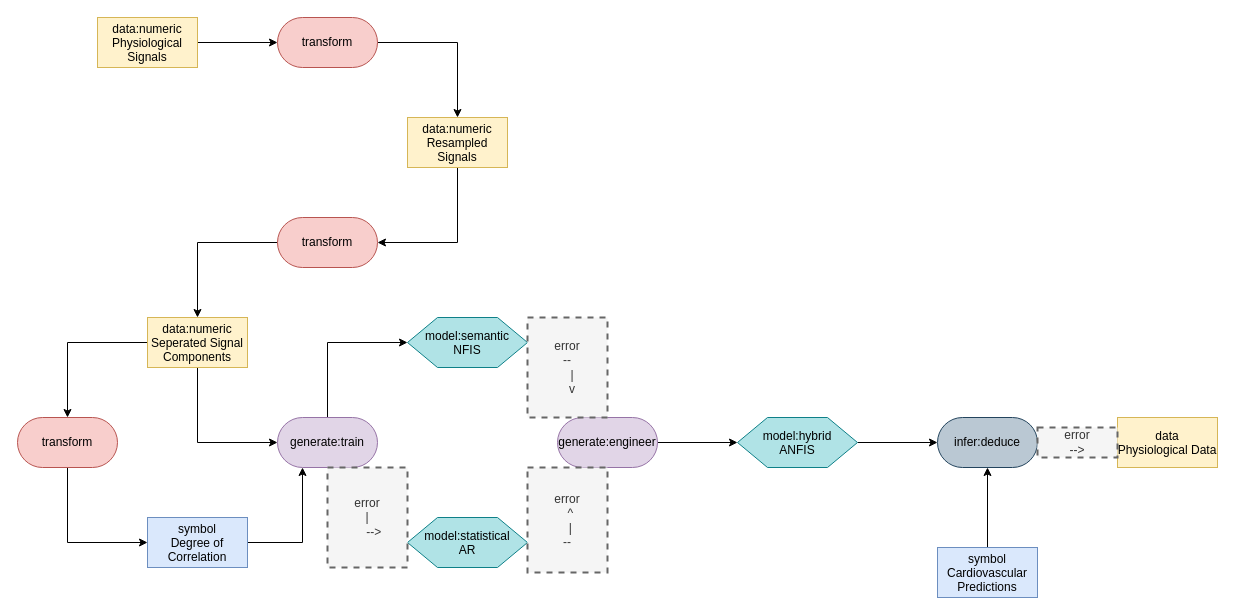
This is medical patterns to boxologies/Rules Embedded in ML architecture (REML)/Human Cardiovascular System Identification and Application Using a Hybrid Method of Autoregression and Neuro-Fuzzy Inference Systems.drawio from zonnesmit/thesis, a draw.io file, before an edit. Source tidied: cells renumbered, new cells numbered last; positions are measured from the earlier drawing's top-left corner, leaving out a move shared by most shapes. Both pictures are drawn from the tidied source at 100%, with x=0, y=0 at pixel (17, 17).
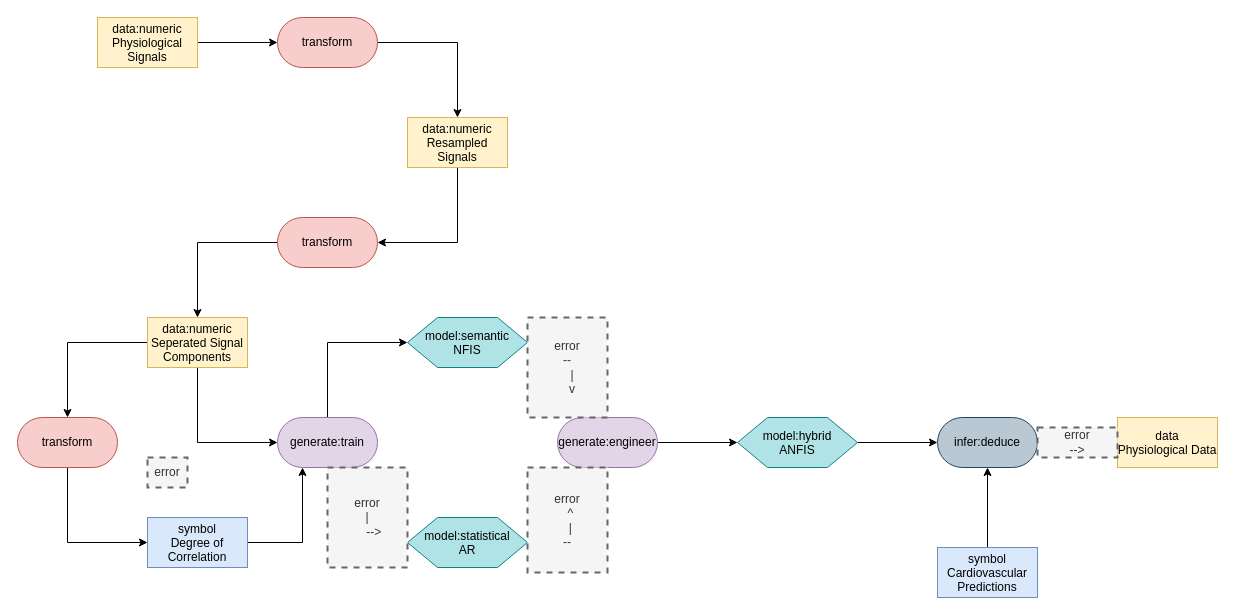
The same diagram, later.

What changed in the source:
```diff
@@
+    <mxCell id="33" value="error" style="text;html=1;align=center;verticalAlign=middle;whiteSpace=wrap;rounded=0;dashed=1;fillColor=#f5f5f5;fontColor=#333333;strokeColor=#666666;strokeWidth=2;" parent="1" vertex="1">
+      <mxGeometry x="130" y="440" width="40" height="30" as="geometry" />
+    </mxCell>
```
